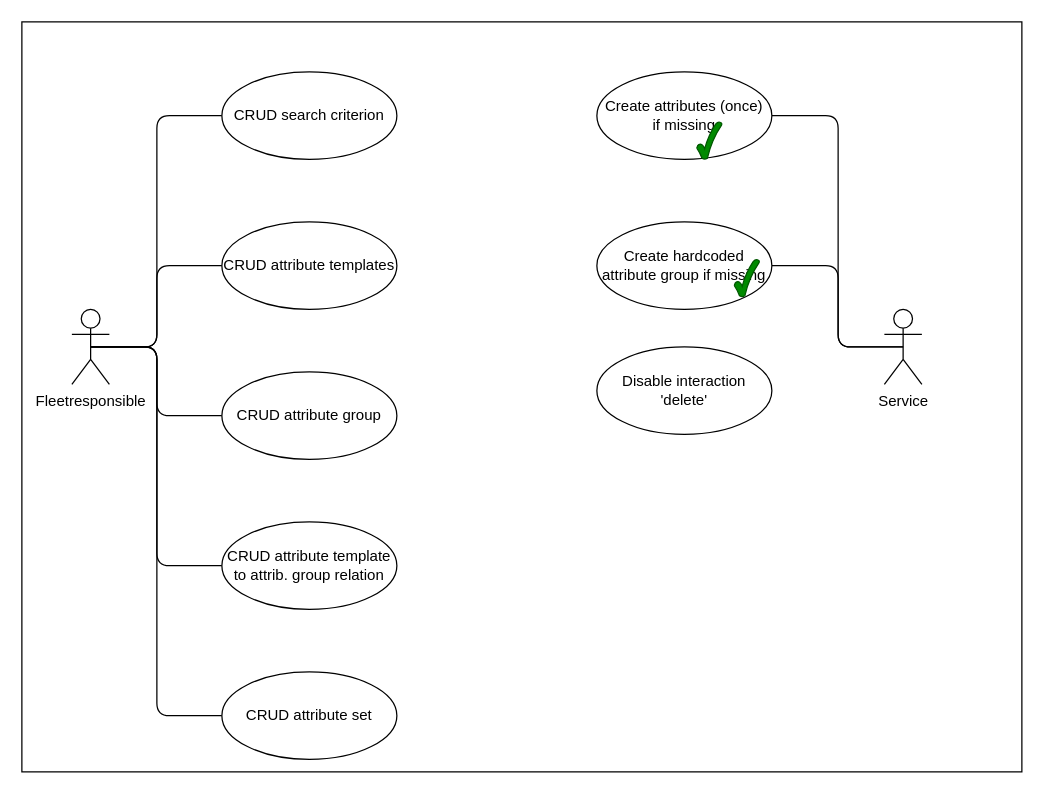
This is docs/use-cases.drawio from Makoehle/attributes-byTemplate-generator, a draw.io file, before an edit. Source tidied: cells renumbered, new cells numbered last; positions are measured from the earlier drawing's top-left corner, leaving out a move shared by most shapes. Both pictures are drawn from the tidied source at 125%, with x=0, y=0 at pixel (21, 21).
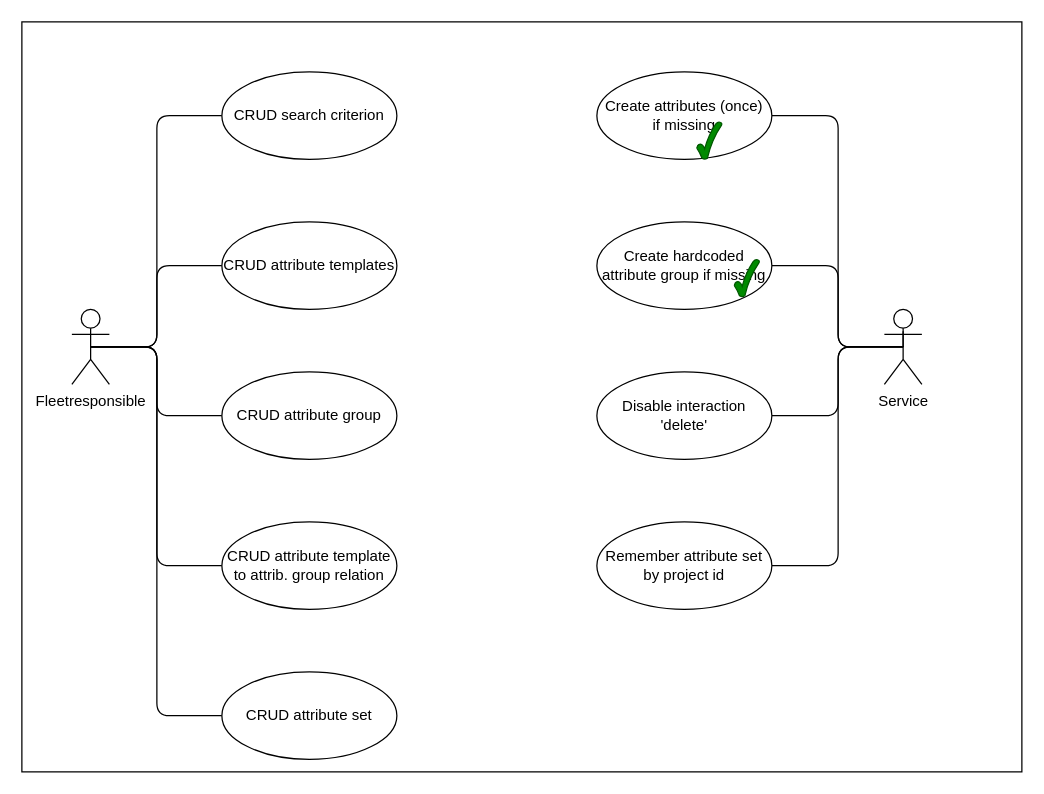
The same diagram, later.

Commit message:
docs: update use cases

Unchanged cells that the change refers to:
```xml
<mxCell id="2" style="verticalLabelPosition=bottom;verticalAlign=top;html=1;shape=mxgraph.basic.rect;fillColor2=none;strokeWidth=1;size=20;indent=5;" parent="1" vertex="1">
  <mxGeometry width="800" height="600" as="geometry" />
</mxCell>
<mxCell id="15" value="Service" style="shape=umlActor;verticalLabelPosition=bottom;verticalAlign=top;html=1;" parent="1" vertex="1">
  <mxGeometry x="690" y="230" width="30" height="60" as="geometry" />
</mxCell>
```

Diff of the diagram source:
```diff
@@
+    <mxCell id="22" style="edgeStyle=elbowEdgeStyle;html=1;exitX=0.5;exitY=0.5;exitDx=0;exitDy=0;exitPerimeter=0;endArrow=none;endFill=0;" parent="1" edge="1" source="15" target="2">
+      <mxGeometry relative="1" as="geometry" />
+    </mxCell>
+    <mxCell id="23" style="edgeStyle=elbowEdgeStyle;html=1;exitX=0.5;exitY=0.5;exitDx=0;exitDy=0;exitPerimeter=0;entryX=1;entryY=0.5;entryDx=0;entryDy=0;endArrow=none;endFill=0;" parent="1" edge="1" source="15" target="25">
+      <mxGeometry relative="1" as="geometry" />
+    </mxCell>
+    <mxCell id="24" style="edgeStyle=elbowEdgeStyle;html=1;exitX=0.5;exitY=0.5;exitDx=0;exitDy=0;exitPerimeter=0;entryX=1;entryY=0.5;entryDx=0;entryDy=0;endArrow=none;endFill=0;" parent="1" edge="1" source="15" target="20">
+      <mxGeometry relative="1" as="geometry" />
+    </mxCell>
@@
     <mxCell id="20" value="Disable interaction 'delete'" style="ellipse;whiteSpace=wrap;html=1;" parent="1" vertex="1">
-      <mxGeometry x="460" y="260" width="140" height="70" as="geometry" />
+      <mxGeometry x="460" y="280" width="140" height="70" as="geometry" />
     </mxCell>
@@
+    <mxCell id="25" value="Remember attribute set by project id" style="ellipse;whiteSpace=wrap;html=1;" parent="1" vertex="1">
+      <mxGeometry x="460" y="400" width="140" height="70" as="geometry" />
+    </mxCell>
```
